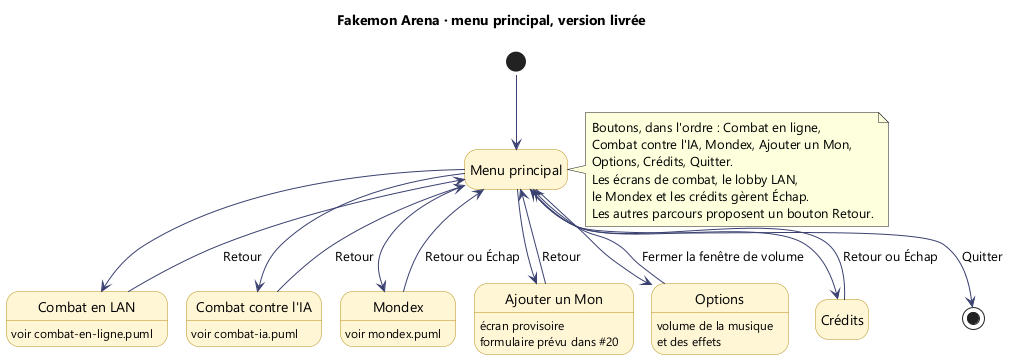
Earlier version of the PlantUML export docs/uml/navigation.png (OnerAliCan/fakemon-arena).
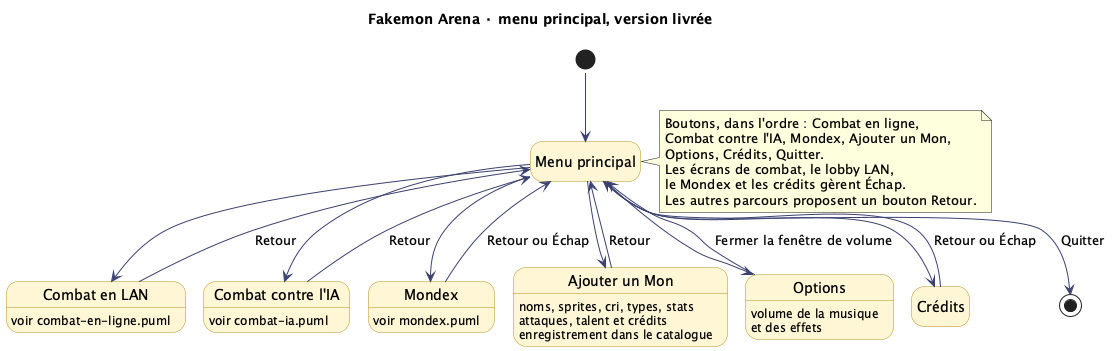
After the commit.

Diff of the diagram source:
```diff
@@ -13,7 +13,7 @@
 state "Combat en LAN" as Ligne : voir combat-en-ligne.puml
 state "Combat contre l'IA" as IA : voir combat-ia.puml
 state "Mondex" as Mondex : voir mondex.puml
-state "Ajouter un Mon" as Ajouter : écran provisoire\nformulaire prévu dans #20
+state "Ajouter un Mon" as Ajouter : noms, sprites, cri, types, stats\nattaques, talent et crédits\nenregistrement dans le catalogue
 state "Options" as Options : volume de la musique\net des effets
 state "Crédits" as Credits
 
```
